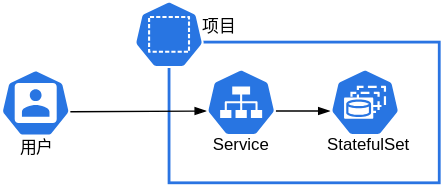
t9k/user-manuals keeps this draw.io diagram as src/assets/integrations/vector-database-qdrant/microservice.drawio.svg. Above is the earlier version. Source tidied: cells renumbered, new cells last; positions are measured from the earlier drawing's top-left corner, leaving out a move shared by most shapes. Its diagram source:
```xml
<mxGraphModel>
  <root>
    <mxCell id="0" />
    <mxCell id="1" parent="0" />
    <mxCell id="2" style="rounded=0;whiteSpace=wrap;html=1;strokeColor=#2A74E2;fontColor=#000000;spacing=2;strokeWidth=2;" parent="1" vertex="1">
      <mxGeometry x="120.2" y="29.5" width="193" height="100.5" as="geometry" />
    </mxCell>
    <mxCell id="3" style="sketch=0;html=1;dashed=0;whitespace=wrap;fillColor=#2875E2;strokeColor=#ffffff;points=[[0.005,0.63,0],[0.1,0.2,0],[0.9,0.2,0],[0.5,0,0],[0.995,0.63,0],[0.72,0.99,0],[0.5,1,0],[0.28,0.99,0]];verticalLabelPosition=bottom;align=center;verticalAlign=top;shape=mxgraph.kubernetes.icon;prIcon=user;" parent="1" vertex="1">
      <mxGeometry y="49" width="50" height="48" as="geometry" />
    </mxCell>
    <mxCell id="4" style="endArrow=blockThin;html=1;endFill=1;entryX=0.005;entryY=0.63;entryDx=0;entryDy=0;entryPerimeter=0;exitX=0.995;exitY=0.63;exitDx=0;exitDy=0;exitPerimeter=0;" parent="1" edge="1" source="3" target="10">
      <mxGeometry relative="1" as="geometry" />
    </mxCell>
    <mxCell id="5" value="用户" style="text;html=1;strokeColor=none;fillColor=none;align=center;verticalAlign=middle;whiteSpace=wrap;rounded=0;" parent="1" vertex="1">
      <mxGeometry x="1" y="90" width="50" height="30" as="geometry" />
    </mxCell>
    <mxCell id="6" style="endArrow=blockThin;html=1;endFill=1;startArrow=none;startFill=0;exitX=0.995;exitY=0.63;exitDx=0;exitDy=0;exitPerimeter=0;entryX=0.005;entryY=0.63;entryDx=0;entryDy=0;entryPerimeter=0;" parent="1" edge="1" source="10">
      <mxGeometry relative="1" as="geometry">
        <mxPoint x="235.2" y="78.7" as="targetPoint" />
      </mxGeometry>
    </mxCell>
    <mxCell id="7" style="sketch=0;html=1;dashed=0;whitespace=wrap;fillColor=#2875E2;strokeColor=#ffffff;verticalLabelPosition=bottom;align=center;verticalAlign=top;shape=mxgraph.kubernetes.icon;prIcon=ns;" parent="1" vertex="1">
      <mxGeometry x="95.2" width="50" height="48" as="geometry" />
    </mxCell>
    <mxCell id="8" value="项目" style="text;html=1;align=center;verticalAlign=middle;whiteSpace=wrap;rounded=0;strokeColor=none;glass=0;shadow=0;dashed=1;fillColor=none;" parent="1" vertex="1">
      <mxGeometry x="140.2" y="9" width="33" height="20" as="geometry" />
    </mxCell>
    <mxCell id="9" style="group;" parent="1" vertex="1">
      <mxGeometry x="130.8" y="48.5" width="82" height="70" as="geometry" />
    </mxCell>
    <mxCell id="10" style="sketch=0;html=1;dashed=0;whitespace=wrap;fillColor=#2875E2;strokeColor=#ffffff;points=[[0.005,0.63,0],[0.1,0.2,0],[0.9,0.2,0],[0.5,0,0],[0.995,0.63,0],[0.72,0.99,0],[0.5,1,0],[0.28,0.99,0]];verticalLabelPosition=bottom;align=center;verticalAlign=top;shape=mxgraph.kubernetes.icon;prIcon=svc;" parent="9" vertex="1">
      <mxGeometry x="16" width="50" height="48" as="geometry" />
    </mxCell>
    <mxCell id="11" value="Service" style="text;html=1;align=center;verticalAlign=middle;whiteSpace=wrap;rounded=0;strokeColor=none;glass=0;shadow=0;dashed=1;fillColor=none;" parent="9" vertex="1">
      <mxGeometry y="44" width="82" height="20" as="geometry" />
    </mxCell>
    <mxCell id="12" style="group;" parent="1" vertex="1">
      <mxGeometry x="225.2" y="48.5" width="75.5" height="74" as="geometry" />
    </mxCell>
    <mxCell id="13" style="sketch=0;html=1;dashed=0;whitespace=wrap;fillColor=#2875E2;strokeColor=#ffffff;verticalLabelPosition=bottom;align=center;verticalAlign=top;shape=mxgraph.kubernetes.icon;prIcon=sts;" parent="12" vertex="1">
      <mxGeometry x="10" width="50" height="48" as="geometry" />
    </mxCell>
    <mxCell id="14" value="&lt;font&gt;StatefulSet&lt;br&gt;&lt;/font&gt;" style="text;html=1;align=center;verticalAlign=middle;whiteSpace=wrap;rounded=0;strokeColor=none;glass=0;shadow=0;dashed=1;fillColor=none;fontColor=#000000;" parent="12" vertex="1">
      <mxGeometry y="41" width="75.5" height="26" as="geometry" />
    </mxCell>
  </root>
</mxGraphModel>
```
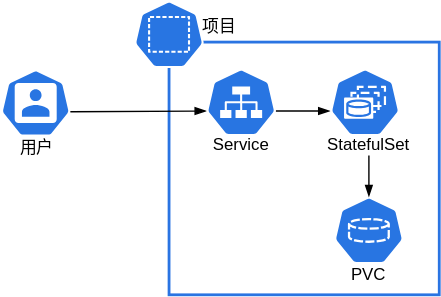
After the commit.

The edit, as a diff of the source:
```diff
@@ -3,7 +3,7 @@
     <mxCell id="0" />
     <mxCell id="1" parent="0" />
     <mxCell id="2" style="rounded=0;whiteSpace=wrap;html=1;strokeColor=#2A74E2;fontColor=#000000;spacing=2;strokeWidth=2;" parent="1" vertex="1">
-      <mxGeometry x="120.2" y="29.5" width="193" height="100.5" as="geometry" />
+      <mxGeometry x="120.2" y="29.5" width="193" height="180.5" as="geometry" />
     </mxCell>
     <mxCell id="3" style="sketch=0;html=1;dashed=0;whitespace=wrap;fillColor=#2875E2;strokeColor=#ffffff;points=[[0.005,0.63,0],[0.1,0.2,0],[0.9,0.2,0],[0.5,0,0],[0.995,0.63,0],[0.72,0.99,0],[0.5,1,0],[0.28,0.99,0]];verticalLabelPosition=bottom;align=center;verticalAlign=top;shape=mxgraph.kubernetes.icon;prIcon=user;" parent="1" vertex="1">
       <mxGeometry y="49" width="50" height="48" as="geometry" />
@@ -43,5 +43,19 @@
     <mxCell id="14" value="&lt;font&gt;StatefulSet&lt;br&gt;&lt;/font&gt;" style="text;html=1;align=center;verticalAlign=middle;whiteSpace=wrap;rounded=0;strokeColor=none;glass=0;shadow=0;dashed=1;fillColor=none;fontColor=#000000;" parent="12" vertex="1">
       <mxGeometry y="41" width="75.5" height="26" as="geometry" />
     </mxCell>
+    <mxCell id="15" style="group;" parent="1" vertex="1">
+      <mxGeometry x="238" y="140" width="50" height="66" as="geometry" />
+    </mxCell>
+    <mxCell id="16" style="sketch=0;html=1;dashed=0;whitespace=wrap;fillColor=#2875E2;strokeColor=#ffffff;points=[[0.005,0.63,0],[0.1,0.2,0],[0.9,0.2,0],[0.5,0,0],[0.995,0.63,0],[0.72,0.99,0],[0.5,1,0],[0.28,0.99,0]];verticalLabelPosition=bottom;align=center;verticalAlign=top;shape=mxgraph.kubernetes.icon;prIcon=pvc;" parent="15" vertex="1">
+      <mxGeometry width="50" height="48" as="geometry" />
+    </mxCell>
+    <mxCell id="17" value="PVC" style="text;html=1;align=center;verticalAlign=middle;whiteSpace=wrap;rounded=0;strokeColor=none;glass=0;shadow=0;dashed=1;fillColor=none;" parent="15" vertex="1">
+      <mxGeometry x="2" y="46" width="45.5" height="20" as="geometry" />
+    </mxCell>
+    <mxCell id="18" style="edgeStyle=none;html=1;fontColor=#2A74E2;startArrow=none;startFill=0;endArrow=blockThin;endFill=1;startSize=6;endSize=6;entryX=0.5;entryY=0;entryDx=0;entryDy=0;entryPerimeter=0;" parent="1" edge="1" target="16">
+      <mxGeometry relative="1" as="geometry">
+        <mxPoint x="263" y="110.5" as="sourcePoint" />
+      </mxGeometry>
+    </mxCell>
   </root>
 </mxGraphModel>
```
